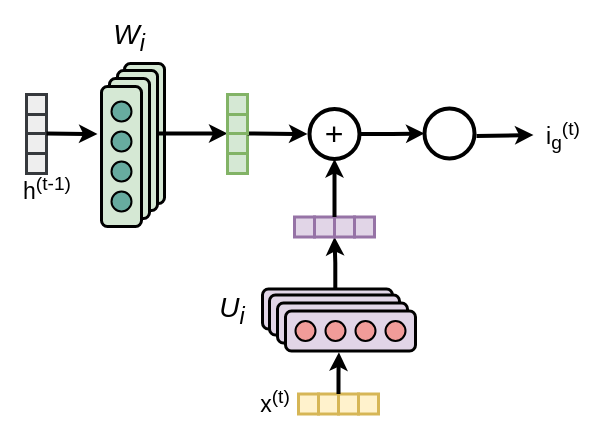
Earlier version of the draw.io diagram forgetgate.drawio (viniciusrpb/drawio_flowcharts). Source tidied: cells renumbered, new cells numbered last; positions are measured from the earlier drawing's top-left corner, leaving out a move shared by most shapes. Both pictures are drawn from the tidied source at 100%, with x=0, y=0 at pixel (17, 22).
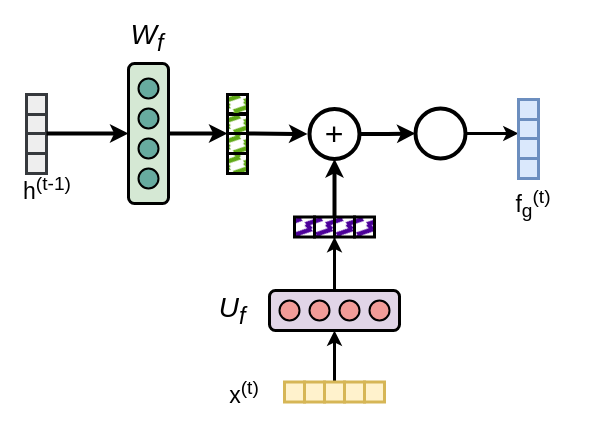
After the change.

Unchanged cells that the change refers to:
```xml
<mxCell id="33" style="rounded=0;whiteSpace=wrap;html=1;strokeWidth=3;fillColor=#eeeeee;strokeColor=#36393d;" parent="1" vertex="1">
  <mxGeometry x="9" y="91" width="20" height="20" as="geometry" />
</mxCell>
```

Diff of the diagram source:
```diff
@@
-    <mxCell id="2" style="edgeStyle=orthogonalEdgeStyle;rounded=0;jettySize=auto;html=1;exitX=0.56;exitY=-0.009;exitDx=0;exitDy=0;entryX=0;entryY=1;entryDx=0;entryDy=0;strokeWidth=4;exitPerimeter=0;" parent="1" edge="1" source="3" target="21">
-      <mxGeometry relative="1" as="geometry" />
-    </mxCell>
-    <mxCell id="3" style="rounded=1;whiteSpace=wrap;html=1;fontSize=12;glass=0;strokeWidth=3;shadow=0;fillColor=#e1d5e7;strokeColor=#000000;" parent="1" vertex="1">
-      <mxGeometry x="245" y="266.5" width="130" height="40" as="geometry" />
-    </mxCell>
-    <mxCell id="4" style="ellipse;whiteSpace=wrap;html=1;strokeWidth=2;fillColor=#F19C99;strokeColor=#000000;" parent="1" vertex="1">
-      <mxGeometry x="255" y="276.5" width="20" height="20" as="geometry" />
-    </mxCell>
-    <mxCell id="5" style="ellipse;whiteSpace=wrap;html=1;strokeWidth=2;fillColor=#F19C99;strokeColor=#000000;" parent="1" vertex="1">
-      <mxGeometry x="285" y="276.5" width="20" height="20" as="geometry" />
-    </mxCell>
-    <mxCell id="6" style="ellipse;whiteSpace=wrap;html=1;strokeWidth=2;fillColor=#F19C99;strokeColor=#000000;" parent="1" vertex="1">
-      <mxGeometry x="315" y="276.5" width="20" height="20" as="geometry" />
-    </mxCell>
-    <mxCell id="7" style="ellipse;whiteSpace=wrap;html=1;strokeWidth=2;fillColor=#F19C99;strokeColor=#000000;" parent="1" vertex="1">
-      <mxGeometry x="345" y="276.5" width="20" height="20" as="geometry" />
-    </mxCell>
+    <mxCell id="73" style="edgeStyle=orthogonalEdgeStyle;rounded=0;jettySize=auto;html=1;exitX=0.5;exitY=0;exitDx=0;exitDy=0;entryX=0;entryY=1;entryDx=0;entryDy=0;strokeWidth=4;" parent="1" edge="1" source="8" target="39">
+      <mxGeometry relative="1" as="geometry">
+        <Array as="points">
+          <mxPoint x="190" y="111" />
+          <mxPoint x="190" y="111" />
+        </Array>
+      </mxGeometry>
+    </mxCell>
     <mxCell id="8" style="rounded=1;whiteSpace=wrap;html=1;fontSize=12;glass=0;strokeWidth=3;shadow=0;rotation=90;fillColor=#d5e8d4;strokeColor=#000000;" parent="1" vertex="1">
-      <mxGeometry x="57" y="91" width="140" height="40" as="geometry" />
+      <mxGeometry x="61" y="91" width="140" height="40" as="geometry" />
     </mxCell>
     <mxCell id="9" style="ellipse;whiteSpace=wrap;html=1;strokeWidth=2;fillColor=#67AB9F;strokeColor=#000000;" parent="1" vertex="1">
-      <mxGeometry x="117" y="56" width="20" height="20" as="geometry" />
+      <mxGeometry x="121" y="56" width="20" height="20" as="geometry" />
     </mxCell>
     <mxCell id="10" style="ellipse;whiteSpace=wrap;html=1;strokeWidth=2;fillColor=#67AB9F;strokeColor=#000000;" parent="1" vertex="1">
-      <mxGeometry x="117" y="86" width="20" height="20" as="geometry" />
+      <mxGeometry x="121" y="86" width="20" height="20" as="geometry" />
     </mxCell>
     <mxCell id="11" style="ellipse;whiteSpace=wrap;html=1;strokeWidth=2;fillColor=#67AB9F;strokeColor=#000000;" parent="1" vertex="1">
-      <mxGeometry x="117" y="116" width="20" height="20" as="geometry" />
+      <mxGeometry x="121" y="116" width="20" height="20" as="geometry" />
     </mxCell>
     <mxCell id="12" style="ellipse;whiteSpace=wrap;html=1;strokeWidth=2;fillColor=#67AB9F;strokeColor=#000000;" parent="1" vertex="1">
-      <mxGeometry x="117" y="146" width="20" height="20" as="geometry" />
+      <mxGeometry x="121" y="146" width="20" height="20" as="geometry" />
     </mxCell>
     <mxCell id="13" value="x&lt;sup&gt;(t)&lt;/sup&gt;" style="text;html=1;align=center;verticalAlign=middle;whiteSpace=wrap;rounded=0;fontSize=23;strokeWidth=4;" parent="1" vertex="1">
-      <mxGeometry x="228" y="363.5" width="60" height="30" as="geometry" />
+      <mxGeometry x="197" y="354.5" width="60" height="30" as="geometry" />
     </mxCell>
-    <mxCell id="14" value="U&lt;sub&gt;i&lt;/sub&gt;" style="text;html=1;align=center;verticalAlign=middle;whiteSpace=wrap;rounded=0;fontSize=28;fontStyle=2;" parent="1" vertex="1">
+    <mxCell id="14" value="U&lt;sub&gt;f&lt;/sub&gt;" style="text;html=1;align=center;verticalAlign=middle;whiteSpace=wrap;rounded=0;fontSize=28;fontStyle=2;" parent="1" vertex="1">
       <mxGeometry x="185" y="272.5" width="60" height="30" as="geometry" />
     </mxCell>
     <mxCell id="15" style="rounded=0;whiteSpace=wrap;html=1;strokeWidth=3;fillColor=#fff2cc;strokeColor=#d6b656;" parent="1" vertex="1">
-      <mxGeometry x="281" y="371.5" width="20" height="20" as="geometry" />
+      <mxGeometry x="267" y="359.5" width="20" height="20" as="geometry" />
     </mxCell>
     <mxCell id="16" style="rounded=0;whiteSpace=wrap;html=1;strokeWidth=3;fillColor=#fff2cc;strokeColor=#d6b656;" parent="1" vertex="1">
-      <mxGeometry x="301" y="371.5" width="20" height="20" as="geometry" />
+      <mxGeometry x="287" y="359.5" width="20" height="20" as="geometry" />
     </mxCell>
+    <mxCell id="74" style="edgeStyle=orthogonalEdgeStyle;rounded=0;jettySize=auto;html=1;exitX=0.5;exitY=0;exitDx=0;exitDy=0;entryX=0.5;entryY=1;entryDx=0;entryDy=0;strokeWidth=3;" parent="1" edge="1" source="17" target="81">
+      <mxGeometry relative="1" as="geometry" />
+    </mxCell>
     <mxCell id="17" style="rounded=0;whiteSpace=wrap;html=1;strokeWidth=3;fillColor=#fff2cc;strokeColor=#d6b656;" parent="1" vertex="1">
-      <mxGeometry x="321" y="371.5" width="20" height="20" as="geometry" />
+      <mxGeometry x="307" y="359.5" width="20" height="20" as="geometry" />
     </mxCell>
     <mxCell id="18" style="rounded=0;whiteSpace=wrap;html=1;strokeWidth=3;fillColor=#fff2cc;strokeColor=#d6b656;" parent="1" vertex="1">
-      <mxGeometry x="341" y="371.5" width="20" height="20" as="geometry" />
+      <mxGeometry x="327" y="359.5" width="20" height="20" as="geometry" />
     </mxCell>
-    <mxCell id="19" style="rounded=0;whiteSpace=wrap;html=1;strokeWidth=3;fillColor=#e1d5e7;strokeColor=#9673a6;" parent="1" vertex="1">
+    <mxCell id="19" style="rounded=0;whiteSpace=wrap;html=1;strokeWidth=3;fillColor=#4C0099;strokeColor=#000000;fillStyle=zigzag-line;" parent="1" vertex="1">
       <mxGeometry x="277" y="194.5" width="20" height="20" as="geometry" />
     </mxCell>
-    <mxCell id="20" style="rounded=0;whiteSpace=wrap;html=1;strokeWidth=3;fillColor=#e1d5e7;strokeColor=#9673a6;" parent="1" vertex="1">
+    <mxCell id="20" style="rounded=0;whiteSpace=wrap;html=1;strokeWidth=3;fillColor=#4C0099;strokeColor=#000000;fillStyle=zigzag-line;" parent="1" vertex="1">
       <mxGeometry x="297" y="194.5" width="20" height="20" as="geometry" />
     </mxCell>
-    <mxCell id="21" style="rounded=0;whiteSpace=wrap;html=1;strokeWidth=3;fillColor=#e1d5e7;strokeColor=#9673a6;" parent="1" vertex="1">
+    <mxCell id="21" style="rounded=0;whiteSpace=wrap;html=1;strokeWidth=3;fillColor=#4C0099;strokeColor=#000000;fillStyle=zigzag-line;" parent="1" vertex="1">
       <mxGeometry x="317" y="194.5" width="20" height="20" as="geometry" />
     </mxCell>
-    <mxCell id="22" style="rounded=0;whiteSpace=wrap;html=1;strokeWidth=3;fillColor=#e1d5e7;strokeColor=#9673a6;" parent="1" vertex="1">
+    <mxCell id="22" style="rounded=0;whiteSpace=wrap;html=1;strokeWidth=3;fillColor=#4C0099;strokeColor=#000000;fillStyle=zigzag-line;" parent="1" vertex="1">
       <mxGeometry x="337" y="194.5" width="20" height="20" as="geometry" />
     </mxCell>
@@
+    <mxCell id="75" style="edgeStyle=orthogonalEdgeStyle;rounded=0;jettySize=auto;html=1;exitX=1;exitY=0.5;exitDx=0;exitDy=0;entryX=0;entryY=0.75;entryDx=0;entryDy=0;strokeWidth=3;" parent="1" edge="1" source="26" target="78">
+      <mxGeometry relative="1" as="geometry" />
+    </mxCell>
     <mxCell id="26" style="ellipse;whiteSpace=wrap;html=1;fontSize=32;strokeWidth=4;" parent="1" vertex="1">
-      <mxGeometry x="407" y="86" width="50" height="50" as="geometry" />
+      <mxGeometry x="398" y="86" width="50" height="50" as="geometry" />
     </mxCell>
-    <mxCell id="27" style="endArrow=classic;html=1;rounded=0;exitX=1;exitY=0;exitDx=0;exitDy=0;strokeWidth=4;entryX=0;entryY=0.5;entryDx=0;entryDy=0;" parent="1" edge="1" target="28">
-      <mxGeometry relative="1" as="geometry">
-        <mxPoint x="459" y="113.5" as="sourcePoint" />
-      </mxGeometry>
-    </mxCell>
-    <mxCell id="28" value="i&lt;sub&gt;g&lt;/sub&gt;&lt;sup&gt;(t)&lt;/sup&gt;" style="text;html=1;align=center;verticalAlign=middle;whiteSpace=wrap;rounded=0;fontSize=23;strokeWidth=4;" parent="1" vertex="1">
-      <mxGeometry x="516" y="97.5" width="60" height="30" as="geometry" />
+    <mxCell id="28" value="f&lt;sub&gt;g&lt;/sub&gt;&lt;sup&gt;(t)&lt;/sup&gt;" style="text;html=1;align=center;verticalAlign=middle;whiteSpace=wrap;rounded=0;fontSize=23;strokeWidth=4;" parent="1" vertex="1">
+      <mxGeometry x="486" y="166" width="60" height="30" as="geometry" />
     </mxCell>
-    <mxCell id="29" value="W&lt;sub&gt;i&lt;/sub&gt;" style="text;html=1;align=center;verticalAlign=middle;whiteSpace=wrap;rounded=0;fontSize=28;fontStyle=2;" parent="1" vertex="1">
-      <mxGeometry x="82" width="60" height="30" as="geometry" />
-    </mxCell>
@@
-    <mxCell id="35" style="edgeStyle=orthogonalEdgeStyle;rounded=0;jettySize=auto;html=1;exitX=0.403;exitY=0.054;exitDx=0;exitDy=0;entryX=0;entryY=1;entryDx=0;entryDy=0;strokeWidth=4;exitPerimeter=0;" parent="1" edge="1" source="46" target="39">
-      <mxGeometry relative="1" as="geometry">
-        <Array as="points">
-          <mxPoint x="130" y="111" />
-        </Array>
-      </mxGeometry>
-    </mxCell>
-    <mxCell id="36" style="rounded=0;whiteSpace=wrap;html=1;strokeWidth=3;fillColor=#d5e8d4;strokeColor=#82b366;" parent="1" vertex="1">
+    <mxCell id="36" style="rounded=0;whiteSpace=wrap;html=1;strokeWidth=3;fillColor=#60a917;strokeColor=#000000;fillStyle=zigzag-line;fontColor=#ffffff;" parent="1" vertex="1">
       <mxGeometry x="210" y="131" width="20" height="20" as="geometry" />
     </mxCell>
-    <mxCell id="37" style="rounded=0;whiteSpace=wrap;html=1;strokeWidth=3;fillColor=#d5e8d4;strokeColor=#82b366;" parent="1" vertex="1">
+    <mxCell id="37" style="rounded=0;whiteSpace=wrap;html=1;strokeWidth=3;fillColor=#60a917;strokeColor=#000000;fillStyle=zigzag-line;fontColor=#ffffff;" parent="1" vertex="1">
       <mxGeometry x="210" y="111" width="20" height="20" as="geometry" />
     </mxCell>
@@
-    <mxCell id="39" style="rounded=0;whiteSpace=wrap;html=1;strokeWidth=3;fillColor=#d5e8d4;strokeColor=#82b366;" parent="1" vertex="1">
+    <mxCell id="39" style="rounded=0;whiteSpace=wrap;html=1;strokeWidth=3;fillColor=#60a917;strokeColor=#000000;fillStyle=zigzag-line;fontColor=#ffffff;" parent="1" vertex="1">
       <mxGeometry x="210" y="91" width="20" height="20" as="geometry" />
     </mxCell>
-    <mxCell id="40" style="rounded=0;whiteSpace=wrap;html=1;strokeWidth=3;fillColor=#d5e8d4;strokeColor=#82b366;" parent="1" vertex="1">
+    <mxCell id="40" style="rounded=0;whiteSpace=wrap;html=1;strokeWidth=3;fillColor=#60a917;strokeColor=#000000;fillStyle=zigzag-line;fontColor=#ffffff;" parent="1" vertex="1">
       <mxGeometry x="210" y="72" width="20" height="20" as="geometry" />
     </mxCell>
-    <mxCell id="41" style="rounded=1;whiteSpace=wrap;html=1;fontSize=12;glass=0;strokeWidth=3;shadow=0;rotation=90;fillColor=#d5e8d4;strokeColor=#000000;" parent="1" vertex="1">
-      <mxGeometry x="50" y="98" width="140" height="40" as="geometry" />
-    </mxCell>
-    <mxCell id="42" style="ellipse;whiteSpace=wrap;html=1;strokeWidth=2;fillColor=#67AB9F;strokeColor=#000000;" parent="1" vertex="1">
-      <mxGeometry x="110" y="63" width="20" height="20" as="geometry" />
-    </mxCell>
-    <mxCell id="43" style="ellipse;whiteSpace=wrap;html=1;strokeWidth=2;fillColor=#67AB9F;strokeColor=#000000;" parent="1" vertex="1">
-      <mxGeometry x="110" y="93" width="20" height="20" as="geometry" />
-    </mxCell>
-    <mxCell id="44" style="ellipse;whiteSpace=wrap;html=1;strokeWidth=2;fillColor=#67AB9F;strokeColor=#000000;" parent="1" vertex="1">
-      <mxGeometry x="110" y="123" width="20" height="20" as="geometry" />
-    </mxCell>
-    <mxCell id="45" style="ellipse;whiteSpace=wrap;html=1;strokeWidth=2;fillColor=#67AB9F;strokeColor=#000000;" parent="1" vertex="1">
-      <mxGeometry x="110" y="153" width="20" height="20" as="geometry" />
-    </mxCell>
-    <mxCell id="46" style="rounded=1;whiteSpace=wrap;html=1;fontSize=12;glass=0;strokeWidth=3;shadow=0;rotation=90;fillColor=#d5e8d4;strokeColor=#000000;" parent="1" vertex="1">
-      <mxGeometry x="42" y="106" width="140" height="40" as="geometry" />
-    </mxCell>
-    <mxCell id="47" style="ellipse;whiteSpace=wrap;html=1;strokeWidth=2;fillColor=#67AB9F;strokeColor=#000000;" parent="1" vertex="1">
-      <mxGeometry x="102" y="71" width="20" height="20" as="geometry" />
-    </mxCell>
-    <mxCell id="48" style="ellipse;whiteSpace=wrap;html=1;strokeWidth=2;fillColor=#67AB9F;strokeColor=#000000;" parent="1" vertex="1">
-      <mxGeometry x="102" y="101" width="20" height="20" as="geometry" />
-    </mxCell>
-    <mxCell id="49" style="ellipse;whiteSpace=wrap;html=1;strokeWidth=2;fillColor=#67AB9F;strokeColor=#000000;" parent="1" vertex="1">
-      <mxGeometry x="102" y="131" width="20" height="20" as="geometry" />
-    </mxCell>
-    <mxCell id="50" style="ellipse;whiteSpace=wrap;html=1;strokeWidth=2;fillColor=#67AB9F;strokeColor=#000000;" parent="1" vertex="1">
-      <mxGeometry x="102" y="161" width="20" height="20" as="geometry" />
-    </mxCell>
-    <mxCell id="51" style="rounded=1;whiteSpace=wrap;html=1;fontSize=12;glass=0;strokeWidth=3;shadow=0;rotation=90;fillColor=#d5e8d4;strokeColor=#000000;" parent="1" vertex="1">
-      <mxGeometry x="34" y="114" width="140" height="40" as="geometry" />
-    </mxCell>
-    <mxCell id="52" style="ellipse;whiteSpace=wrap;html=1;strokeWidth=2;fillColor=#67AB9F;strokeColor=#000000;" parent="1" vertex="1">
-      <mxGeometry x="94" y="79" width="20" height="20" as="geometry" />
-    </mxCell>
-    <mxCell id="53" style="ellipse;whiteSpace=wrap;html=1;strokeWidth=2;fillColor=#67AB9F;strokeColor=#000000;" parent="1" vertex="1">
-      <mxGeometry x="94" y="109" width="20" height="20" as="geometry" />
-    </mxCell>
-    <mxCell id="54" style="ellipse;whiteSpace=wrap;html=1;strokeWidth=2;fillColor=#67AB9F;strokeColor=#000000;" parent="1" vertex="1">
-      <mxGeometry x="94" y="139" width="20" height="20" as="geometry" />
-    </mxCell>
-    <mxCell id="55" style="ellipse;whiteSpace=wrap;html=1;strokeWidth=2;fillColor=#67AB9F;strokeColor=#000000;" parent="1" vertex="1">
-      <mxGeometry x="94" y="169" width="20" height="20" as="geometry" />
-    </mxCell>
-    <mxCell id="56" style="endArrow=classic;html=1;rounded=0;exitX=1;exitY=1;exitDx=0;exitDy=0;strokeWidth=4;" parent="1" edge="1" source="33">
-      <mxGeometry relative="1" as="geometry">
-        <mxPoint x="80" y="111.5" as="targetPoint" />
-      </mxGeometry>
+    <mxCell id="56" style="endArrow=classic;html=1;rounded=0;exitX=1;exitY=1;exitDx=0;exitDy=0;strokeWidth=4;entryX=0.5;entryY=1;entryDx=0;entryDy=0;" parent="1" edge="1" source="33" target="8">
+      <mxGeometry relative="1" as="geometry" />
     </mxCell>
-    <mxCell id="57" style="rounded=1;whiteSpace=wrap;html=1;fontSize=12;glass=0;strokeWidth=3;shadow=0;fillColor=#e1d5e7;strokeColor=#000000;" parent="1" vertex="1">
-      <mxGeometry x="252" y="272.5" width="130" height="40" as="geometry" />
-    </mxCell>
-    <mxCell id="58" style="ellipse;whiteSpace=wrap;html=1;strokeWidth=2;fillColor=#F19C99;strokeColor=#000000;" parent="1" vertex="1">
-      <mxGeometry x="262" y="282.5" width="20" height="20" as="geometry" />
-    </mxCell>
-    <mxCell id="59" style="ellipse;whiteSpace=wrap;html=1;strokeWidth=2;fillColor=#F19C99;strokeColor=#000000;" parent="1" vertex="1">
-      <mxGeometry x="292" y="282.5" width="20" height="20" as="geometry" />
-    </mxCell>
-    <mxCell id="60" style="ellipse;whiteSpace=wrap;html=1;strokeWidth=2;fillColor=#F19C99;strokeColor=#000000;" parent="1" vertex="1">
-      <mxGeometry x="322" y="282.5" width="20" height="20" as="geometry" />
-    </mxCell>
-    <mxCell id="61" style="ellipse;whiteSpace=wrap;html=1;strokeWidth=2;fillColor=#F19C99;strokeColor=#000000;" parent="1" vertex="1">
-      <mxGeometry x="352" y="282.5" width="20" height="20" as="geometry" />
-    </mxCell>
-    <mxCell id="62" style="rounded=1;whiteSpace=wrap;html=1;fontSize=12;glass=0;strokeWidth=3;shadow=0;fillColor=#e1d5e7;strokeColor=#000000;" parent="1" vertex="1">
-      <mxGeometry x="260" y="280.5" width="130" height="40" as="geometry" />
-    </mxCell>
-    <mxCell id="63" style="ellipse;whiteSpace=wrap;html=1;strokeWidth=2;fillColor=#F19C99;strokeColor=#000000;" parent="1" vertex="1">
-      <mxGeometry x="268" y="288.5" width="20" height="20" as="geometry" />
-    </mxCell>
-    <mxCell id="64" style="ellipse;whiteSpace=wrap;html=1;strokeWidth=2;fillColor=#F19C99;strokeColor=#000000;" parent="1" vertex="1">
-      <mxGeometry x="298" y="288.5" width="20" height="20" as="geometry" />
-    </mxCell>
-    <mxCell id="65" style="ellipse;whiteSpace=wrap;html=1;strokeWidth=2;fillColor=#F19C99;strokeColor=#000000;" parent="1" vertex="1">
-      <mxGeometry x="328" y="288.5" width="20" height="20" as="geometry" />
-    </mxCell>
-    <mxCell id="66" style="ellipse;whiteSpace=wrap;html=1;strokeWidth=2;fillColor=#F19C99;strokeColor=#000000;" parent="1" vertex="1">
-      <mxGeometry x="358" y="288.5" width="20" height="20" as="geometry" />
-    </mxCell>
-    <mxCell id="67" style="rounded=1;whiteSpace=wrap;html=1;fontSize=12;glass=0;strokeWidth=3;shadow=0;fillColor=#e1d5e7;strokeColor=#000000;" parent="1" vertex="1">
-      <mxGeometry x="268" y="288.5" width="130" height="40" as="geometry" />
-    </mxCell>
-    <mxCell id="68" style="ellipse;whiteSpace=wrap;html=1;strokeWidth=2;fillColor=#F19C99;strokeColor=#000000;" parent="1" vertex="1">
-      <mxGeometry x="278" y="298.5" width="20" height="20" as="geometry" />
-    </mxCell>
-    <mxCell id="69" style="ellipse;whiteSpace=wrap;html=1;strokeWidth=2;fillColor=#F19C99;strokeColor=#000000;" parent="1" vertex="1">
-      <mxGeometry x="308" y="298.5" width="20" height="20" as="geometry" />
-    </mxCell>
-    <mxCell id="70" style="ellipse;whiteSpace=wrap;html=1;strokeWidth=2;fillColor=#F19C99;strokeColor=#000000;" parent="1" vertex="1">
-      <mxGeometry x="338" y="298.5" width="20" height="20" as="geometry" />
-    </mxCell>
-    <mxCell id="71" style="ellipse;whiteSpace=wrap;html=1;strokeWidth=2;fillColor=#F19C99;strokeColor=#000000;" parent="1" vertex="1">
-      <mxGeometry x="368" y="298.5" width="20" height="20" as="geometry" />
-    </mxCell>
-    <mxCell id="72" style="edgeStyle=orthogonalEdgeStyle;rounded=0;jettySize=auto;html=1;exitX=0;exitY=0;exitDx=0;exitDy=0;entryX=0.411;entryY=1.034;entryDx=0;entryDy=0;entryPerimeter=0;strokeWidth=4;" parent="1" edge="1" source="17" target="67">
-      <mxGeometry relative="1" as="geometry" />
-    </mxCell>
+    <mxCell id="76" style="rounded=0;whiteSpace=wrap;html=1;strokeWidth=3;fillColor=#dae8fc;strokeColor=#6c8ebf;" parent="1" vertex="1">
+      <mxGeometry x="501" y="136" width="20" height="20" as="geometry" />
+    </mxCell>
+    <mxCell id="77" style="rounded=0;whiteSpace=wrap;html=1;strokeWidth=3;fillColor=#dae8fc;strokeColor=#6c8ebf;" parent="1" vertex="1">
+      <mxGeometry x="501" y="116" width="20" height="20" as="geometry" />
+    </mxCell>
+    <mxCell id="78" style="rounded=0;whiteSpace=wrap;html=1;strokeWidth=3;fillColor=#dae8fc;strokeColor=#6c8ebf;" parent="1" vertex="1">
+      <mxGeometry x="501" y="96" width="20" height="20" as="geometry" />
+    </mxCell>
+    <mxCell id="79" style="rounded=0;whiteSpace=wrap;html=1;strokeWidth=3;fillColor=#dae8fc;strokeColor=#6c8ebf;" parent="1" vertex="1">
+      <mxGeometry x="501" y="77" width="20" height="20" as="geometry" />
+    </mxCell>
+    <mxCell id="80" style="edgeStyle=orthogonalEdgeStyle;rounded=0;jettySize=auto;html=1;exitX=0.5;exitY=0;exitDx=0;exitDy=0;entryX=0;entryY=1;entryDx=0;entryDy=0;strokeWidth=3;" parent="1" edge="1" source="81" target="21">
+      <mxGeometry relative="1" as="geometry" />
+    </mxCell>
+    <mxCell id="81" style="rounded=1;whiteSpace=wrap;html=1;fontSize=12;glass=0;strokeWidth=3;shadow=0;fillColor=#e1d5e7;strokeColor=#000000;" parent="1" vertex="1">
+      <mxGeometry x="252" y="268" width="130" height="40" as="geometry" />
+    </mxCell>
+    <mxCell id="82" style="ellipse;whiteSpace=wrap;html=1;strokeWidth=2;fillColor=#F19C99;strokeColor=#000000;" parent="1" vertex="1">
+      <mxGeometry x="262" y="278" width="20" height="20" as="geometry" />
+    </mxCell>
+    <mxCell id="83" style="ellipse;whiteSpace=wrap;html=1;strokeWidth=2;fillColor=#F19C99;strokeColor=#000000;" parent="1" vertex="1">
+      <mxGeometry x="292" y="278" width="20" height="20" as="geometry" />
+    </mxCell>
+    <mxCell id="84" style="ellipse;whiteSpace=wrap;html=1;strokeWidth=2;fillColor=#F19C99;strokeColor=#000000;" parent="1" vertex="1">
+      <mxGeometry x="322" y="278" width="20" height="20" as="geometry" />
+    </mxCell>
+    <mxCell id="85" style="ellipse;whiteSpace=wrap;html=1;strokeWidth=2;fillColor=#F19C99;strokeColor=#000000;" parent="1" vertex="1">
+      <mxGeometry x="352" y="278" width="20" height="20" as="geometry" />
+    </mxCell>
+    <mxCell id="86" style="rounded=0;whiteSpace=wrap;html=1;strokeWidth=3;fillColor=#fff2cc;strokeColor=#d6b656;" parent="1" vertex="1">
+      <mxGeometry x="347" y="359.5" width="20" height="20" as="geometry" />
+    </mxCell>
+    <mxCell id="87" value="W&lt;sub&gt;f&lt;/sub&gt;" style="text;html=1;align=center;verticalAlign=middle;whiteSpace=wrap;rounded=0;fontSize=28;fontStyle=2;" parent="1" vertex="1">
+      <mxGeometry x="100" width="60" height="30" as="geometry" />
+    </mxCell>
```
